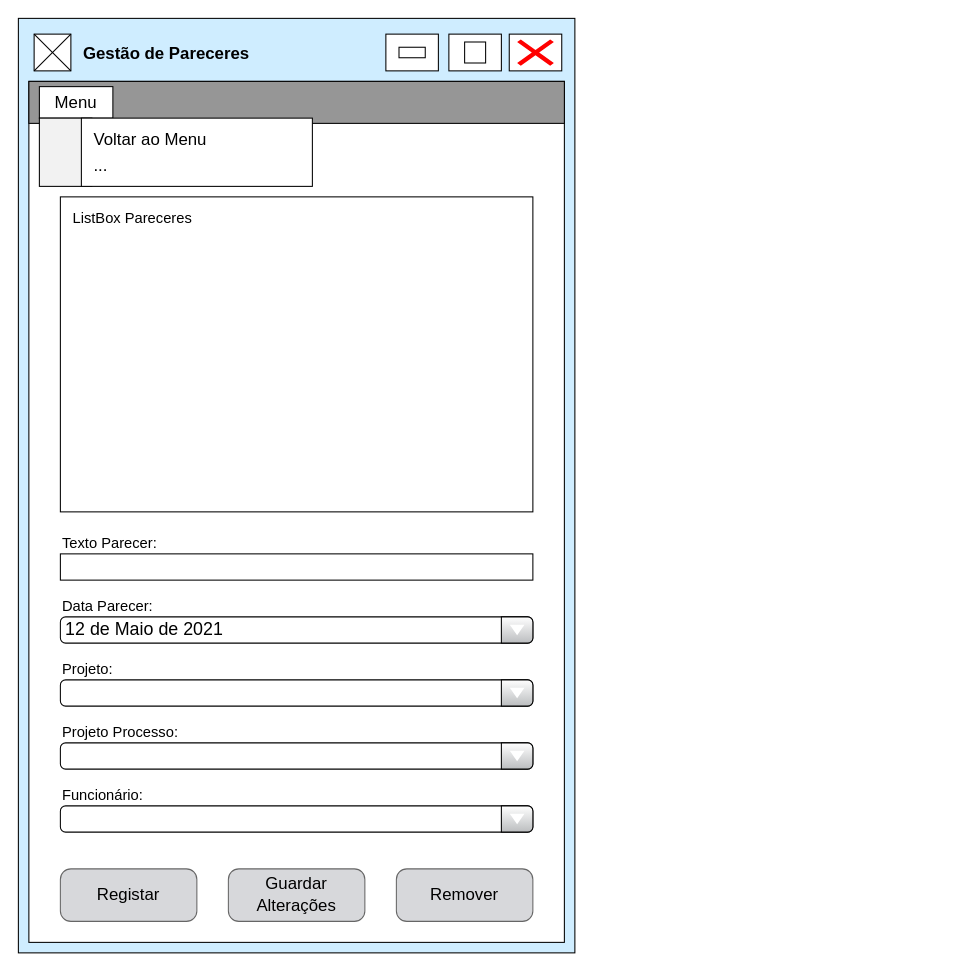
This is doc/Wireframes/DRAWIO/GestaoPareceres.drawio from GabrielMCS01/PSI_DA_PL1-A, a draw.io file, before an edit. Source tidied: cells renumbered, new cells numbered last; positions are measured from the earlier drawing's top-left corner, leaving out a move shared by most shapes. Both pictures are drawn from the tidied source at 105%, with x=0, y=0 at pixel (18, 18).
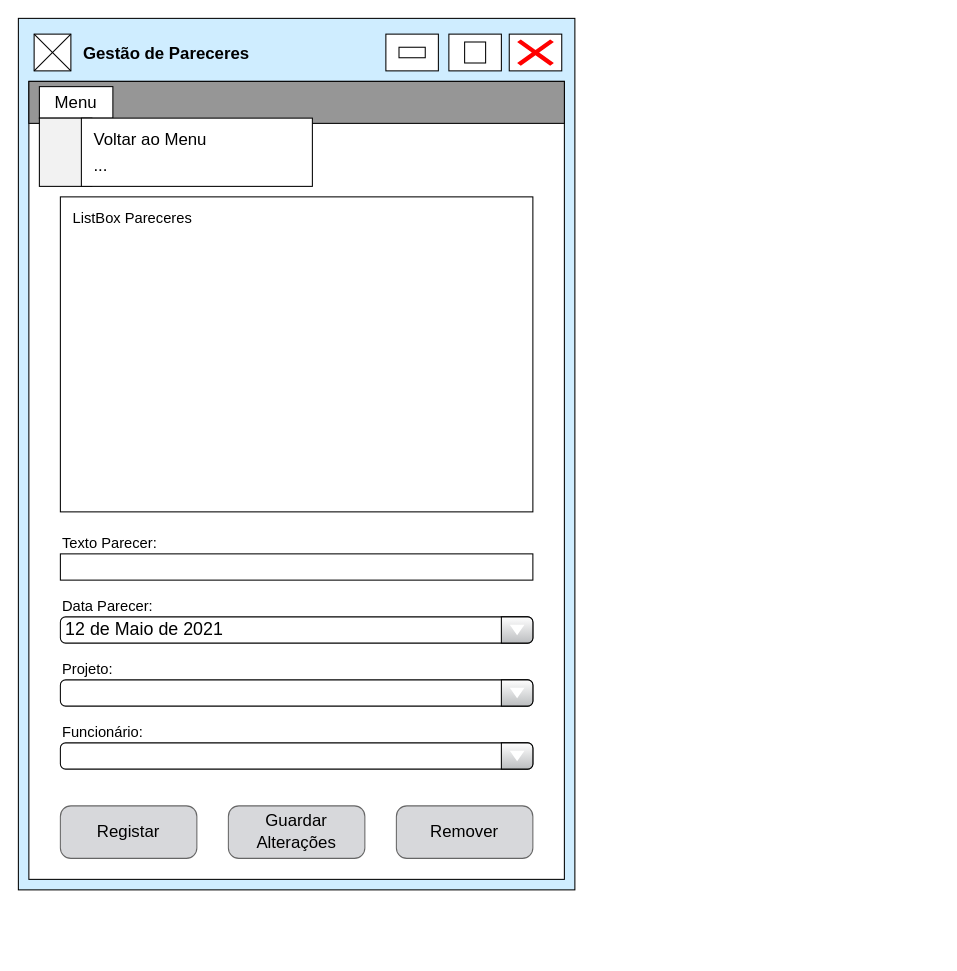
After the change.

What changed in the source:
```diff
@@
     <mxCell id="2" style="rounded=0;whiteSpace=wrap;html=1;fillColor=#CFEDFF;" parent="1" vertex="1">
-      <mxGeometry width="530" height="890" as="geometry" />
+      <mxGeometry width="530" height="830" as="geometry" />
     </mxCell>
@@
     <mxCell id="9" style="rounded=0;whiteSpace=wrap;html=1;" parent="1" vertex="1">
-      <mxGeometry x="10" y="60" width="510" height="820" as="geometry" />
+      <mxGeometry x="10" y="60" width="510" height="760" as="geometry" />
     </mxCell>
@@
-    <mxCell id="15" style="edgeStyle=none;rounded=0;orthogonalLoop=1;jettySize=auto;html=1;exitX=1;exitY=1;exitDx=0;exitDy=0;endArrow=none;endFill=0;" parent="1" edge="1">
-      <mxGeometry relative="1" as="geometry">
-        <mxPoint x="875" y="340" as="sourcePoint" />
-        <mxPoint x="875" y="340" as="targetPoint" />
-      </mxGeometry>
-    </mxCell>
@@
-    <mxCell id="24" value="&lt;span style=&quot;font-size: 14px&quot;&gt;Projeto Processo:&lt;/span&gt;" style="text;html=1;strokeColor=none;fillColor=none;align=left;verticalAlign=middle;whiteSpace=wrap;rounded=0;" parent="1" vertex="1">
-      <mxGeometry x="40" y="670" width="130" height="20" as="geometry" />
-    </mxCell>
@@
     <mxCell id="31" value="&lt;font color=&quot;#000000&quot; style=&quot;font-size: 16px ; font-weight: normal&quot;&gt;Registar&lt;/font&gt;" style="strokeWidth=1;shadow=0;dashed=0;align=center;html=1;shape=mxgraph.mockup.buttons.button;strokeColor=#666666;fontColor=#ffffff;mainText=;buttonStyle=round;fontSize=17;fontStyle=1;whiteSpace=wrap;fillColor=#D7D8DB;sketch=0;" parent="1" vertex="1">
-      <mxGeometry x="40" y="810" width="130" height="50" as="geometry" />
+      <mxGeometry x="40" y="750" width="130" height="50" as="geometry" />
     </mxCell>
     <mxCell id="32" value="&lt;font color=&quot;#000000&quot; style=&quot;font-size: 16px ; font-weight: normal&quot;&gt;Guardar Alterações&lt;/font&gt;" style="strokeWidth=1;shadow=0;dashed=0;align=center;html=1;shape=mxgraph.mockup.buttons.button;strokeColor=#666666;fontColor=#ffffff;mainText=;buttonStyle=round;fontSize=17;fontStyle=1;whiteSpace=wrap;fillColor=#D7D8DB;sketch=0;" parent="1" vertex="1">
-      <mxGeometry x="200" y="810" width="130" height="50" as="geometry" />
+      <mxGeometry x="200" y="750" width="130" height="50" as="geometry" />
     </mxCell>
     <mxCell id="33" value="&lt;font color=&quot;#000000&quot; style=&quot;font-size: 16px ; font-weight: normal&quot;&gt;Remover&lt;/font&gt;" style="strokeWidth=1;shadow=0;dashed=0;align=center;html=1;shape=mxgraph.mockup.buttons.button;strokeColor=#666666;fontColor=#ffffff;mainText=;buttonStyle=round;fontSize=17;fontStyle=1;whiteSpace=wrap;fillColor=#D7D8DB;sketch=0;" parent="1" vertex="1">
-      <mxGeometry x="360" y="810" width="130" height="50" as="geometry" />
+      <mxGeometry x="360" y="750" width="130" height="50" as="geometry" />
     </mxCell>
-    <mxCell id="34" style="strokeWidth=1;shadow=0;dashed=0;align=center;html=1;shape=mxgraph.mockup.forms.comboBox;align=left;fillColor2=#BBBDBF;mainText=;fontSize=17;spacingLeft=3;noLabel=0;strokeColor=#030303;" parent="1" vertex="1">
-      <mxGeometry x="40" y="690" width="450" height="25" as="geometry" />
-    </mxCell>
     <mxCell id="35" value="&lt;span style=&quot;font-size: 14px&quot;&gt;Funcionário:&lt;/span&gt;" style="text;html=1;strokeColor=none;fillColor=none;align=left;verticalAlign=middle;whiteSpace=wrap;rounded=0;" parent="1" vertex="1">
-      <mxGeometry x="40" y="730" width="130" height="20" as="geometry" />
+      <mxGeometry x="40" y="670" width="130" height="20" as="geometry" />
     </mxCell>
     <mxCell id="36" style="strokeWidth=1;shadow=0;dashed=0;align=center;html=1;shape=mxgraph.mockup.forms.comboBox;align=left;fillColor2=#BBBDBF;mainText=;fontSize=17;spacingLeft=3;noLabel=0;strokeColor=#030303;" parent="1" vertex="1">
-      <mxGeometry x="40" y="750" width="450" height="25" as="geometry" />
+      <mxGeometry x="40" y="690" width="450" height="25" as="geometry" />
     </mxCell>
```
